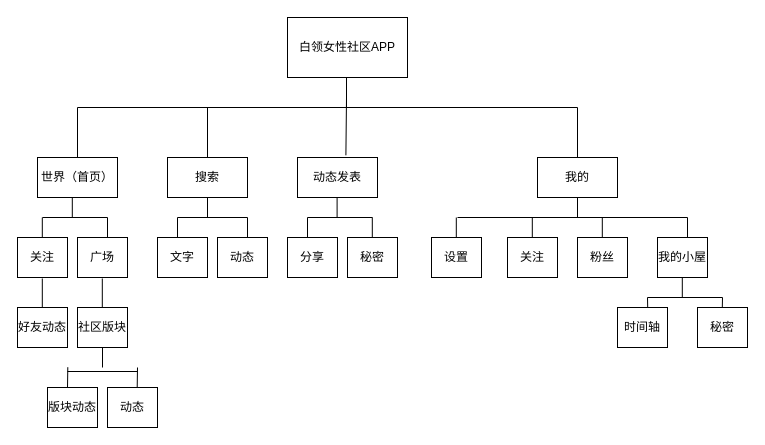
Above: Untitled Diagram.drawio in Corkkly/officeLady (draw.io), before the change. Source tidied: cells renumbered, new cells numbered last; positions are measured from the earlier drawing's top-left corner, leaving out a move shared by most shapes. Both pictures are drawn from the tidied source at 100%, with x=0, y=0 at pixel (17, 17).
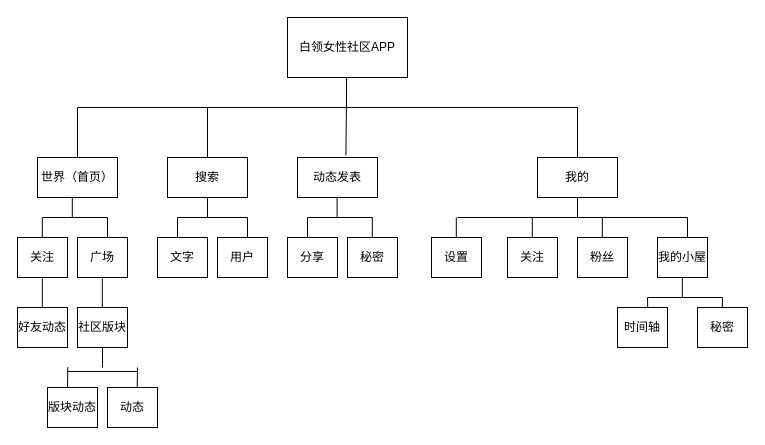
After the change.

Change to the diagram source:
```diff
@@
-    <mxCell id="11" value="动态" style="rounded=0;whiteSpace=wrap;html=1;" parent="1" vertex="1">
+    <mxCell id="11" value="用户" style="rounded=0;whiteSpace=wrap;html=1;" parent="1" vertex="1">
       <mxGeometry x="200" y="220" width="50" height="40" as="geometry" />
     </mxCell>
```
